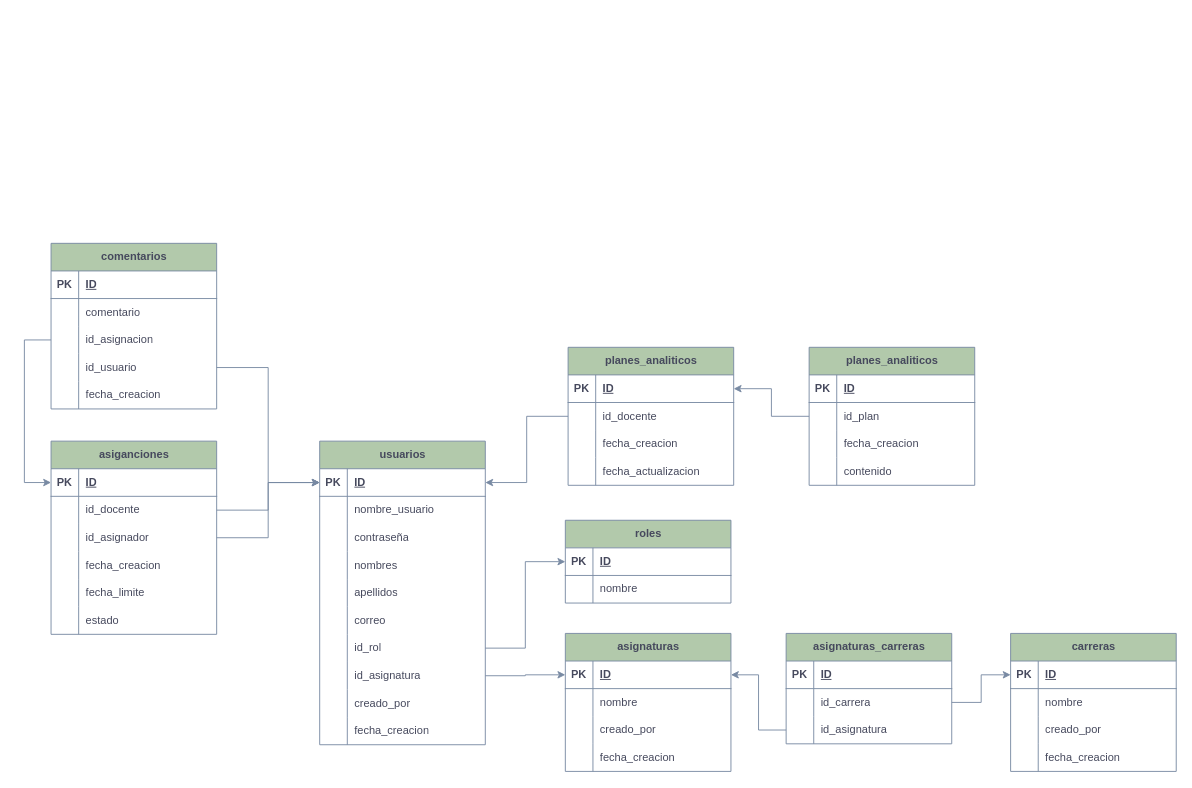
The draw.io diagram page "Diagrama Tablas" (4 of 4) of Diagrama sin título.drawio in JesusBriones2/prueba, before the edit. Source tidied: cells renumbered, new cells numbered last; positions are measured from the earlier drawing's top-left corner, leaving out a move shared by most shapes. Both pictures are drawn from the tidied source at 92%, with x=0, y=0 at pixel (24, 243).
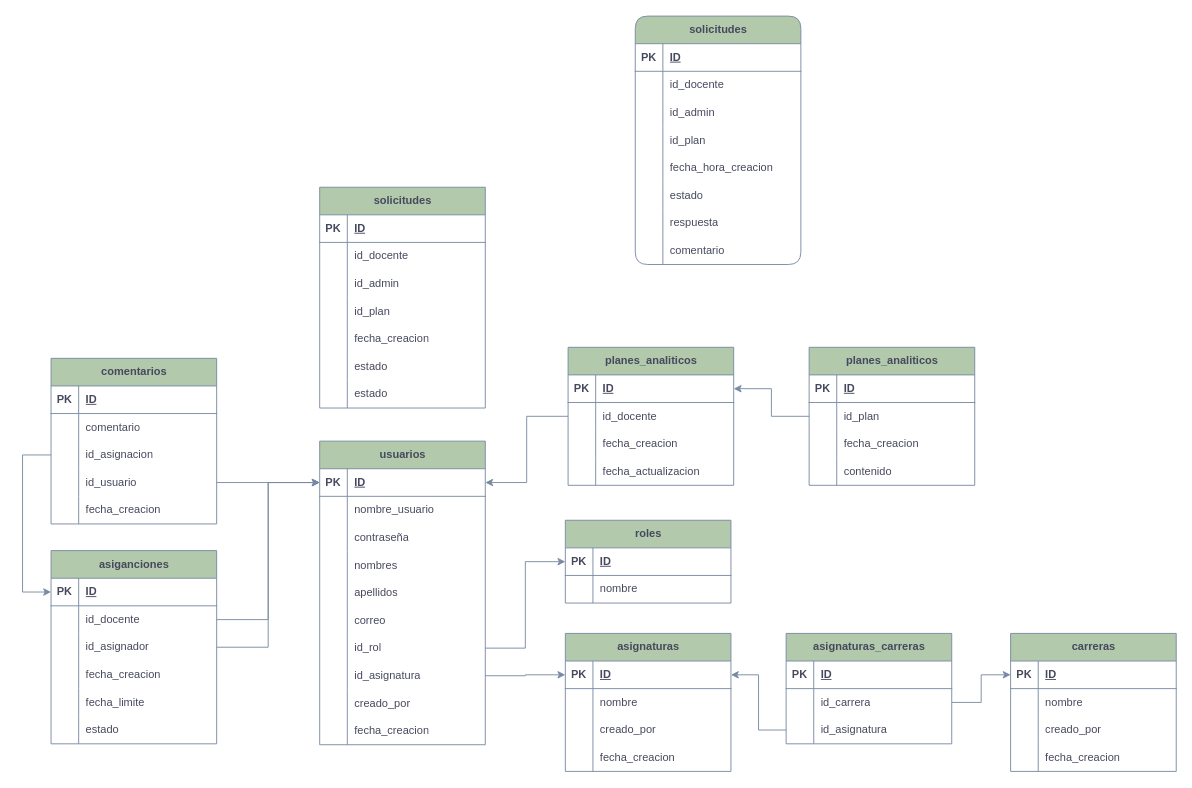
Above is the later version.

The change refers to these unchanged cells:
```xml
<mxCell id="109" style="shape=tableRow;horizontal=0;startSize=0;swimlaneHead=0;swimlaneBody=0;fillColor=none;points=[[0,0.5],[1,0.5]];portConstraint=eastwest;top=0;left=0;right=0;bottom=1;strokeColor=#788AA3;fontColor=#46495D;labelBackgroundColor=none;" parent="108" vertex="1">
  <mxGeometry y="30" width="180" height="30" as="geometry" />
</mxCell>
<mxCell id="134" style="shape=tableRow;horizontal=0;startSize=0;swimlaneHead=0;swimlaneBody=0;fillColor=none;points=[[0,0.5],[1,0.5]];portConstraint=eastwest;top=0;left=0;right=0;bottom=0;strokeColor=#788AA3;fontColor=#46495D;labelBackgroundColor=none;" parent="127" vertex="1">
  <mxGeometry y="90" width="180" height="30" as="geometry" />
</mxCell>
```

What changed in the source:
```diff
@@
     <mxCell id="108" value="asiganciones" style="shape=table;startSize=30;childLayout=tableLayout;rowLines=0;fontStyle=1;align=center;html=1;strokeColor=#788AA3;fontColor=#46495D;fillColor=#B2C9AB;labelBackgroundColor=none;" parent="1" vertex="1">
-      <mxGeometry x="29" y="215" width="180" height="210" as="geometry" />
+      <mxGeometry x="29" y="334" width="180" height="210" as="geometry" />
     </mxCell>
@@
     <mxCell id="127" value="comentarios" style="shape=table;startSize=30;childLayout=tableLayout;rowLines=0;fontStyle=1;align=center;html=1;strokeColor=#788AA3;fontColor=#46495D;fillColor=#B2C9AB;labelBackgroundColor=none;" parent="1" vertex="1">
-      <mxGeometry x="29" width="180" height="180" as="geometry" />
+      <mxGeometry x="29" y="125" width="180" height="180" as="geometry" />
     </mxCell>
@@
+    <mxCell id="147" value="solicitudes" style="shape=table;startSize=30;childLayout=tableLayout;rowLines=0;fontStyle=1;align=center;html=1;strokeColor=#788AA3;fontColor=#46495D;fillColor=#B2C9AB;labelBackgroundColor=none;" parent="1" vertex="1">
+      <mxGeometry x="321" y="-61" width="180" height="240" as="geometry" />
+    </mxCell>
+    <mxCell id="148" style="shape=tableRow;horizontal=0;startSize=0;swimlaneHead=0;swimlaneBody=0;fillColor=none;top=0;left=0;right=0;bottom=1;strokeColor=#788AA3;fontColor=#46495D;labelBackgroundColor=none;" parent="147" vertex="1">
+      <mxGeometry y="30" width="180" height="30" as="geometry" />
+    </mxCell>
+    <mxCell id="149" value="PK" style="shape=partialRectangle;fillColor=none;top=0;left=0;bottom=0;right=0;fontStyle=1;overflow=hidden;whiteSpace=wrap;html=1;strokeColor=#788AA3;fontColor=#46495D;labelBackgroundColor=none;" parent="148" vertex="1">
+      <mxGeometry width="30" height="30" as="geometry" />
+    </mxCell>
+    <mxCell id="150" value="ID" style="shape=partialRectangle;fillColor=none;top=0;left=0;bottom=0;right=0;align=left;spacingLeft=6;fontStyle=5;overflow=hidden;whiteSpace=wrap;html=1;strokeColor=#788AA3;fontColor=#46495D;labelBackgroundColor=none;" parent="148" vertex="1">
+      <mxGeometry x="30" width="150" height="30" as="geometry" />
+    </mxCell>
+    <mxCell id="151" style="shape=tableRow;horizontal=0;startSize=0;swimlaneHead=0;swimlaneBody=0;fillColor=none;top=0;left=0;right=0;bottom=0;strokeColor=#788AA3;fontColor=#46495D;labelBackgroundColor=none;" parent="147" vertex="1">
+      <mxGeometry y="60" width="180" height="30" as="geometry" />
+    </mxCell>
+    <mxCell id="152" style="shape=partialRectangle;fillColor=none;top=0;left=0;bottom=0;right=0;overflow=hidden;whiteSpace=wrap;html=1;strokeColor=#788AA3;fontColor=#46495D;labelBackgroundColor=none;" parent="151" vertex="1">
+      <mxGeometry width="30" height="30" as="geometry" />
+    </mxCell>
+    <mxCell id="153" value="id_docente" style="shape=partialRectangle;fillColor=none;top=0;left=0;bottom=0;right=0;align=left;spacingLeft=6;overflow=hidden;whiteSpace=wrap;html=1;strokeColor=#788AA3;fontColor=#46495D;labelBackgroundColor=none;" parent="151" vertex="1">
+      <mxGeometry x="30" width="150" height="30" as="geometry" />
+    </mxCell>
+    <mxCell id="154" style="shape=tableRow;horizontal=0;startSize=0;swimlaneHead=0;swimlaneBody=0;fillColor=none;top=0;left=0;right=0;bottom=0;strokeColor=#788AA3;fontColor=#46495D;labelBackgroundColor=none;" parent="147" vertex="1">
+      <mxGeometry y="90" width="180" height="30" as="geometry" />
+    </mxCell>
+    <mxCell id="155" style="shape=partialRectangle;fillColor=none;top=0;left=0;bottom=0;right=0;overflow=hidden;whiteSpace=wrap;html=1;strokeColor=#788AA3;fontColor=#46495D;labelBackgroundColor=none;" parent="154" vertex="1">
+      <mxGeometry width="30" height="30" as="geometry" />
+    </mxCell>
+    <mxCell id="156" value="id_admin" style="shape=partialRectangle;fillColor=none;top=0;left=0;bottom=0;right=0;align=left;spacingLeft=6;overflow=hidden;whiteSpace=wrap;html=1;strokeColor=#788AA3;fontColor=#46495D;labelBackgroundColor=none;" parent="154" vertex="1">
+      <mxGeometry x="30" width="150" height="30" as="geometry" />
+    </mxCell>
+    <mxCell id="157" style="shape=tableRow;horizontal=0;startSize=0;swimlaneHead=0;swimlaneBody=0;fillColor=none;top=0;left=0;right=0;bottom=0;strokeColor=#788AA3;fontColor=#46495D;labelBackgroundColor=none;" parent="147" vertex="1">
+      <mxGeometry y="120" width="180" height="30" as="geometry" />
+    </mxCell>
+    <mxCell id="158" style="shape=partialRectangle;fillColor=none;top=0;left=0;bottom=0;right=0;overflow=hidden;whiteSpace=wrap;html=1;strokeColor=#788AA3;fontColor=#46495D;labelBackgroundColor=none;" parent="157" vertex="1">
+      <mxGeometry width="30" height="30" as="geometry" />
+    </mxCell>
+    <mxCell id="159" value="id_plan" style="shape=partialRectangle;fillColor=none;top=0;left=0;bottom=0;right=0;align=left;spacingLeft=6;overflow=hidden;whiteSpace=wrap;html=1;strokeColor=#788AA3;fontColor=#46495D;labelBackgroundColor=none;" parent="157" vertex="1">
+      <mxGeometry x="30" width="150" height="30" as="geometry" />
+    </mxCell>
+    <mxCell id="160" style="shape=tableRow;horizontal=0;startSize=0;swimlaneHead=0;swimlaneBody=0;fillColor=none;top=0;left=0;right=0;bottom=0;strokeColor=#788AA3;fontColor=#46495D;labelBackgroundColor=none;" parent="147" vertex="1">
+      <mxGeometry y="150" width="180" height="30" as="geometry" />
+    </mxCell>
+    <mxCell id="161" style="shape=partialRectangle;fillColor=none;top=0;left=0;bottom=0;right=0;overflow=hidden;whiteSpace=wrap;html=1;strokeColor=#788AA3;fontColor=#46495D;labelBackgroundColor=none;" parent="160" vertex="1">
+      <mxGeometry width="30" height="30" as="geometry" />
+    </mxCell>
+    <mxCell id="162" value="fecha_creacion" style="shape=partialRectangle;fillColor=none;top=0;left=0;bottom=0;right=0;align=left;spacingLeft=6;overflow=hidden;whiteSpace=wrap;html=1;strokeColor=#788AA3;fontColor=#46495D;labelBackgroundColor=none;" parent="160" vertex="1">
+      <mxGeometry x="30" width="150" height="30" as="geometry" />
+    </mxCell>
+    <mxCell id="163" style="shape=tableRow;horizontal=0;startSize=0;swimlaneHead=0;swimlaneBody=0;fillColor=none;top=0;left=0;right=0;bottom=0;strokeColor=#788AA3;fontColor=#46495D;labelBackgroundColor=none;" parent="147" vertex="1">
+      <mxGeometry y="180" width="180" height="30" as="geometry" />
+    </mxCell>
+    <mxCell id="164" style="shape=partialRectangle;fillColor=none;top=0;left=0;bottom=0;right=0;overflow=hidden;whiteSpace=wrap;html=1;strokeColor=#788AA3;fontColor=#46495D;labelBackgroundColor=none;" parent="163" vertex="1">
+      <mxGeometry width="30" height="30" as="geometry" />
+    </mxCell>
+    <mxCell id="165" value="estado" style="shape=partialRectangle;fillColor=none;top=0;left=0;bottom=0;right=0;align=left;spacingLeft=6;overflow=hidden;whiteSpace=wrap;html=1;strokeColor=#788AA3;fontColor=#46495D;labelBackgroundColor=none;" parent="163" vertex="1">
+      <mxGeometry x="30" width="150" height="30" as="geometry" />
+    </mxCell>
+    <mxCell id="166" style="shape=tableRow;horizontal=0;startSize=0;swimlaneHead=0;swimlaneBody=0;fillColor=none;top=0;left=0;right=0;bottom=0;strokeColor=#788AA3;fontColor=#46495D;labelBackgroundColor=none;" parent="147" vertex="1">
+      <mxGeometry y="210" width="180" height="30" as="geometry" />
+    </mxCell>
+    <mxCell id="167" style="shape=partialRectangle;fillColor=none;top=0;left=0;bottom=0;right=0;overflow=hidden;whiteSpace=wrap;html=1;strokeColor=#788AA3;fontColor=#46495D;labelBackgroundColor=none;" parent="166" vertex="1">
+      <mxGeometry width="30" height="30" as="geometry" />
+    </mxCell>
+    <mxCell id="168" value="estado" style="shape=partialRectangle;fillColor=none;top=0;left=0;bottom=0;right=0;align=left;spacingLeft=6;overflow=hidden;whiteSpace=wrap;html=1;strokeColor=#788AA3;fontColor=#46495D;labelBackgroundColor=none;" parent="166" vertex="1">
+      <mxGeometry x="30" width="150" height="30" as="geometry" />
+    </mxCell>
     <mxCell id="146" style="edgeStyle=orthogonalEdgeStyle;rounded=0;jettySize=auto;html=1;strokeColor=#788AA3;fontColor=#46495D;fillColor=#B2C9AB;" parent="1" edge="1" source="134" target="109">
       <mxGeometry relative="1" as="geometry">
         <Array as="points">
-          <mxPoint y="105" />
-          <mxPoint y="260" />
+          <mxPoint x="-2" y="230" />
+          <mxPoint x="-2" y="379" />
         </Array>
       </mxGeometry>
     </mxCell>
+    <mxCell id="169" value="solicitudes" style="shape=table;startSize=30;childLayout=tableLayout;rowLines=0;fontStyle=1;align=center;html=1;strokeColor=#788AA3;fontColor=#46495D;fillColor=#B2C9AB;labelBackgroundColor=none;rounded=1;" parent="1" vertex="1">
+      <mxGeometry x="664" y="-247" width="180" height="270" as="geometry" />
+    </mxCell>
+    <mxCell id="170" style="shape=tableRow;horizontal=0;startSize=0;swimlaneHead=0;swimlaneBody=0;fillColor=none;top=0;left=0;right=0;bottom=1;strokeColor=#788AA3;fontColor=#46495D;labelBackgroundColor=none;rounded=1;" parent="169" vertex="1">
+      <mxGeometry y="30" width="180" height="30" as="geometry" />
+    </mxCell>
+    <mxCell id="171" value="PK" style="shape=partialRectangle;fillColor=none;top=0;left=0;bottom=0;right=0;fontStyle=1;overflow=hidden;whiteSpace=wrap;html=1;strokeColor=#788AA3;fontColor=#46495D;labelBackgroundColor=none;rounded=1;" parent="170" vertex="1">
+      <mxGeometry width="30" height="30" as="geometry" />
+    </mxCell>
+    <mxCell id="172" value="ID" style="shape=partialRectangle;fillColor=none;top=0;left=0;bottom=0;right=0;align=left;spacingLeft=6;fontStyle=5;overflow=hidden;whiteSpace=wrap;html=1;strokeColor=#788AA3;fontColor=#46495D;labelBackgroundColor=none;rounded=1;" parent="170" vertex="1">
+      <mxGeometry x="30" width="150" height="30" as="geometry" />
+    </mxCell>
+    <mxCell id="173" style="shape=tableRow;horizontal=0;startSize=0;swimlaneHead=0;swimlaneBody=0;fillColor=none;top=0;left=0;right=0;bottom=0;strokeColor=#788AA3;fontColor=#46495D;labelBackgroundColor=none;rounded=1;" parent="169" vertex="1">
+      <mxGeometry y="60" width="180" height="30" as="geometry" />
+    </mxCell>
+    <mxCell id="174" style="shape=partialRectangle;fillColor=none;top=0;left=0;bottom=0;right=0;overflow=hidden;whiteSpace=wrap;html=1;strokeColor=#788AA3;fontColor=#46495D;labelBackgroundColor=none;rounded=1;" parent="173" vertex="1">
+      <mxGeometry width="30" height="30" as="geometry" />
+    </mxCell>
+    <mxCell id="175" value="id_docente" style="shape=partialRectangle;fillColor=none;top=0;left=0;bottom=0;right=0;align=left;spacingLeft=6;overflow=hidden;whiteSpace=wrap;html=1;strokeColor=#788AA3;fontColor=#46495D;labelBackgroundColor=none;rounded=1;" parent="173" vertex="1">
+      <mxGeometry x="30" width="150" height="30" as="geometry" />
+    </mxCell>
+    <mxCell id="176" style="shape=tableRow;horizontal=0;startSize=0;swimlaneHead=0;swimlaneBody=0;fillColor=none;top=0;left=0;right=0;bottom=0;strokeColor=#788AA3;fontColor=#46495D;labelBackgroundColor=none;rounded=1;" parent="169" vertex="1">
+      <mxGeometry y="90" width="180" height="30" as="geometry" />
+    </mxCell>
+    <mxCell id="177" style="shape=partialRectangle;fillColor=none;top=0;left=0;bottom=0;right=0;overflow=hidden;whiteSpace=wrap;html=1;strokeColor=#788AA3;fontColor=#46495D;labelBackgroundColor=none;rounded=1;" parent="176" vertex="1">
+      <mxGeometry width="30" height="30" as="geometry" />
+    </mxCell>
+    <mxCell id="178" value="id_admin" style="shape=partialRectangle;fillColor=none;top=0;left=0;bottom=0;right=0;align=left;spacingLeft=6;overflow=hidden;whiteSpace=wrap;html=1;strokeColor=#788AA3;fontColor=#46495D;labelBackgroundColor=none;rounded=1;" parent="176" vertex="1">
+      <mxGeometry x="30" width="150" height="30" as="geometry" />
+    </mxCell>
+    <mxCell id="179" style="shape=tableRow;horizontal=0;startSize=0;swimlaneHead=0;swimlaneBody=0;fillColor=none;top=0;left=0;right=0;bottom=0;strokeColor=#788AA3;fontColor=#46495D;labelBackgroundColor=none;rounded=1;" parent="169" vertex="1">
+      <mxGeometry y="120" width="180" height="30" as="geometry" />
+    </mxCell>
+    <mxCell id="180" style="shape=partialRectangle;fillColor=none;top=0;left=0;bottom=0;right=0;overflow=hidden;whiteSpace=wrap;html=1;strokeColor=#788AA3;fontColor=#46495D;labelBackgroundColor=none;rounded=1;" parent="179" vertex="1">
+      <mxGeometry width="30" height="30" as="geometry" />
+    </mxCell>
+    <mxCell id="181" value="id_plan" style="shape=partialRectangle;fillColor=none;top=0;left=0;bottom=0;right=0;align=left;spacingLeft=6;overflow=hidden;whiteSpace=wrap;html=1;strokeColor=#788AA3;fontColor=#46495D;labelBackgroundColor=none;rounded=1;" parent="179" vertex="1">
+      <mxGeometry x="30" width="150" height="30" as="geometry" />
+    </mxCell>
+    <mxCell id="182" style="shape=tableRow;horizontal=0;startSize=0;swimlaneHead=0;swimlaneBody=0;fillColor=none;top=0;left=0;right=0;bottom=0;strokeColor=#788AA3;fontColor=#46495D;labelBackgroundColor=none;rounded=1;" parent="169" vertex="1">
+      <mxGeometry y="150" width="180" height="30" as="geometry" />
+    </mxCell>
+    <mxCell id="183" style="shape=partialRectangle;fillColor=none;top=0;left=0;bottom=0;right=0;overflow=hidden;whiteSpace=wrap;html=1;strokeColor=#788AA3;fontColor=#46495D;labelBackgroundColor=none;rounded=1;" parent="182" vertex="1">
+      <mxGeometry width="30" height="30" as="geometry" />
+    </mxCell>
+    <mxCell id="184" value="fecha_hora_creacion" style="shape=partialRectangle;fillColor=none;top=0;left=0;bottom=0;right=0;align=left;spacingLeft=6;overflow=hidden;whiteSpace=wrap;html=1;strokeColor=#788AA3;fontColor=#46495D;labelBackgroundColor=none;rounded=1;" parent="182" vertex="1">
+      <mxGeometry x="30" width="150" height="30" as="geometry" />
+    </mxCell>
+    <mxCell id="185" style="shape=tableRow;horizontal=0;startSize=0;swimlaneHead=0;swimlaneBody=0;fillColor=none;top=0;left=0;right=0;bottom=0;strokeColor=#788AA3;fontColor=#46495D;labelBackgroundColor=none;rounded=1;" parent="169" vertex="1">
+      <mxGeometry y="180" width="180" height="30" as="geometry" />
+    </mxCell>
+    <mxCell id="186" style="shape=partialRectangle;fillColor=none;top=0;left=0;bottom=0;right=0;overflow=hidden;whiteSpace=wrap;html=1;strokeColor=#788AA3;fontColor=#46495D;labelBackgroundColor=none;rounded=1;" parent="185" vertex="1">
+      <mxGeometry width="30" height="30" as="geometry" />
+    </mxCell>
+    <mxCell id="187" value="estado" style="shape=partialRectangle;fillColor=none;top=0;left=0;bottom=0;right=0;align=left;spacingLeft=6;overflow=hidden;whiteSpace=wrap;html=1;strokeColor=#788AA3;fontColor=#46495D;labelBackgroundColor=none;rounded=1;" parent="185" vertex="1">
+      <mxGeometry x="30" width="150" height="30" as="geometry" />
+    </mxCell>
+    <mxCell id="188" style="shape=tableRow;horizontal=0;startSize=0;swimlaneHead=0;swimlaneBody=0;fillColor=none;top=0;left=0;right=0;bottom=0;strokeColor=#788AA3;fontColor=#46495D;labelBackgroundColor=none;rounded=1;" parent="169" vertex="1">
+      <mxGeometry y="210" width="180" height="30" as="geometry" />
+    </mxCell>
+    <mxCell id="189" style="shape=partialRectangle;fillColor=none;top=0;left=0;bottom=0;right=0;overflow=hidden;whiteSpace=wrap;html=1;strokeColor=#788AA3;fontColor=#46495D;labelBackgroundColor=none;rounded=1;" parent="188" vertex="1">
+      <mxGeometry width="30" height="30" as="geometry" />
+    </mxCell>
+    <mxCell id="190" value="respuesta" style="shape=partialRectangle;fillColor=none;top=0;left=0;bottom=0;right=0;align=left;spacingLeft=6;overflow=hidden;whiteSpace=wrap;html=1;strokeColor=#788AA3;fontColor=#46495D;labelBackgroundColor=none;rounded=1;" parent="188" vertex="1">
+      <mxGeometry x="30" width="150" height="30" as="geometry" />
+    </mxCell>
+    <mxCell id="191" style="shape=tableRow;horizontal=0;startSize=0;swimlaneHead=0;swimlaneBody=0;fillColor=none;top=0;left=0;right=0;bottom=0;strokeColor=#788AA3;fontColor=#46495D;labelBackgroundColor=none;rounded=1;" parent="169" vertex="1">
+      <mxGeometry y="240" width="180" height="30" as="geometry" />
+    </mxCell>
+    <mxCell id="192" style="shape=partialRectangle;fillColor=none;top=0;left=0;bottom=0;right=0;overflow=hidden;whiteSpace=wrap;html=1;strokeColor=#788AA3;fontColor=#46495D;labelBackgroundColor=none;rounded=1;" parent="191" vertex="1">
+      <mxGeometry width="30" height="30" as="geometry" />
+    </mxCell>
+    <mxCell id="193" value="comentario" style="shape=partialRectangle;fillColor=none;top=0;left=0;bottom=0;right=0;align=left;spacingLeft=6;overflow=hidden;whiteSpace=wrap;html=1;strokeColor=#788AA3;fontColor=#46495D;labelBackgroundColor=none;rounded=1;" parent="191" vertex="1">
+      <mxGeometry x="30" width="150" height="30" as="geometry" />
+    </mxCell>
```
